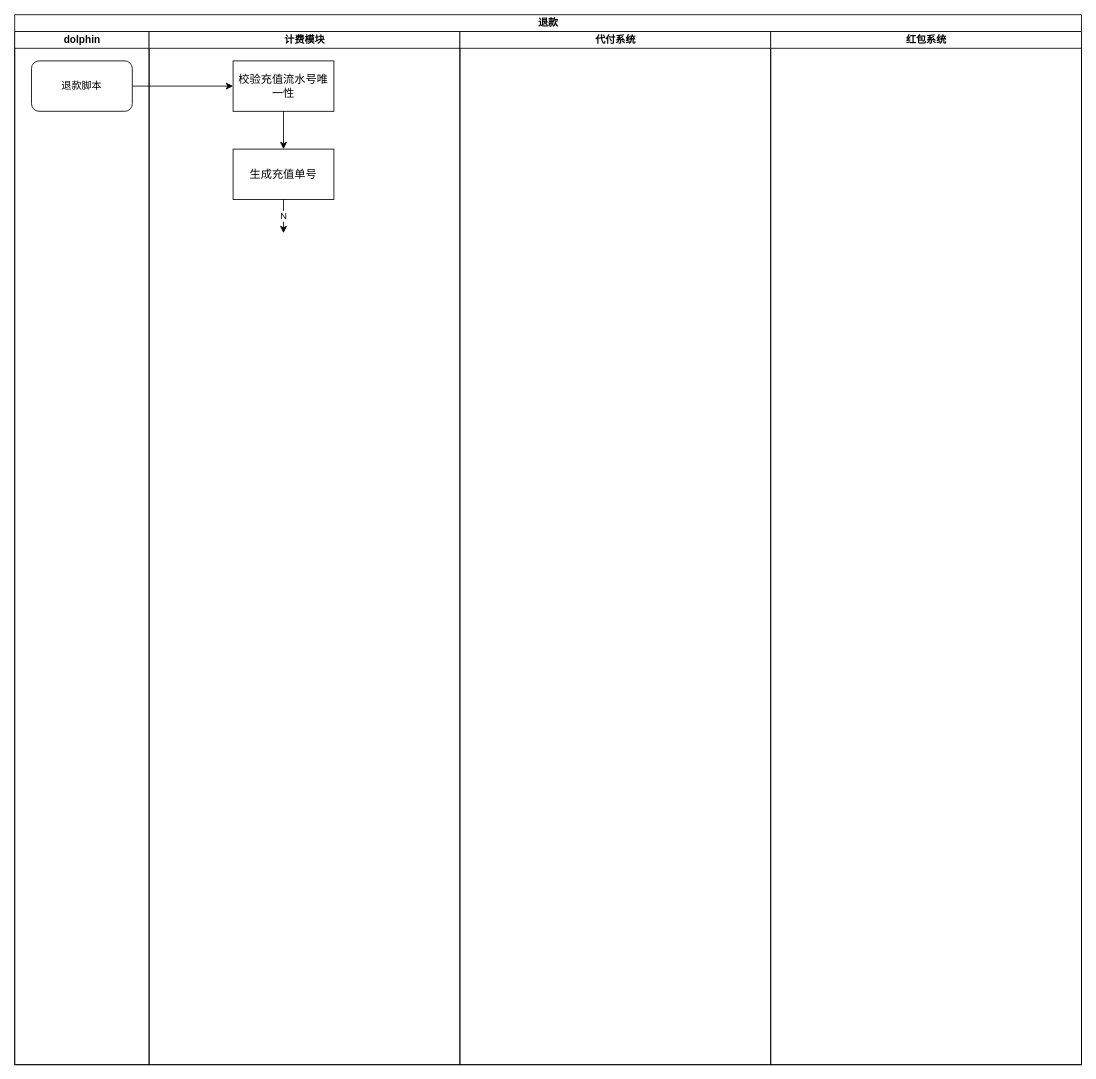
Before: page "退款脚本" (7 of 8) of 商业化广告.drawio in pekah/Draw, a draw.io diagram. Source tidied: cells renumbered, new cells numbered last; positions are measured from the earlier drawing's top-left corner, leaving out a move shared by most shapes. Both pictures are drawn from the tidied source at 84%, with x=0, y=0 at pixel (14, 14).
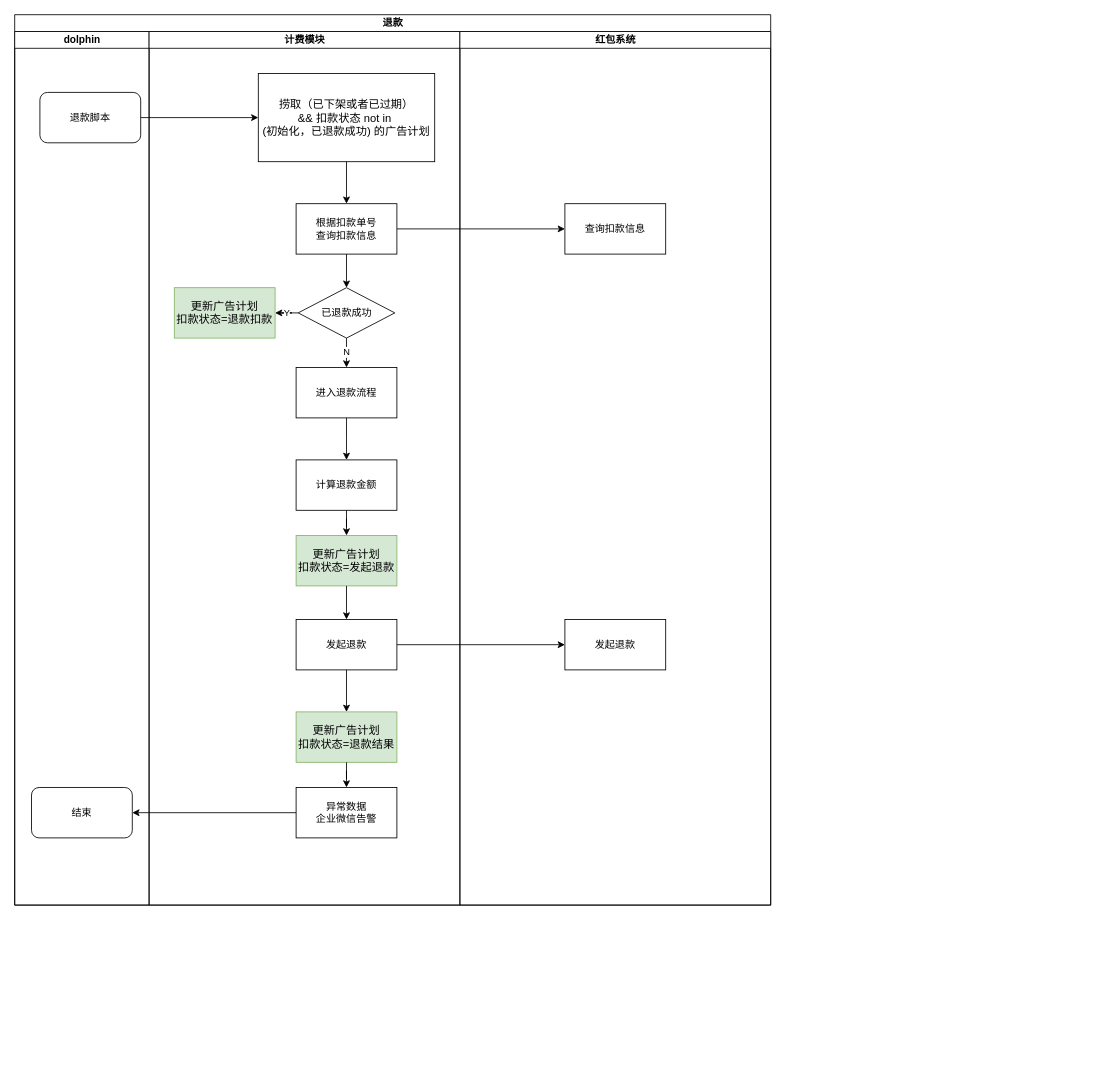
The same page after the edit.

Commit message (it also covers changes not shown here):
更新商业化广告.drawio

Change to the diagram source:
```diff
@@
     <mxCell id="2" value="退款" style="swimlane;html=1;startSize=20;" parent="1" vertex="1">
-      <mxGeometry width="1270" height="1250" as="geometry" />
+      <mxGeometry width="900" height="1060" as="geometry" />
     </mxCell>
-    <mxCell id="3" style="edgeStyle=orthogonalEdgeStyle;rounded=0;jettySize=auto;html=1;exitX=1;exitY=0.5;exitDx=0;exitDy=0;entryX=0;entryY=0.5;entryDx=0;entryDy=0;" parent="2" edge="1" source="5" target="7">
-      <mxGeometry relative="1" as="geometry" />
-    </mxCell>
     <mxCell id="4" value="dolphin" style="swimlane;html=1;startSize=20;" parent="2" vertex="1">
-      <mxGeometry y="20" width="160" height="1230" as="geometry" />
+      <mxGeometry y="20" width="160" height="1040" as="geometry" />
     </mxCell>
     <mxCell id="5" value="退款脚本" style="rounded=1;whiteSpace=wrap;html=1;" parent="4" vertex="1">
-      <mxGeometry x="20" y="35" width="120" height="60" as="geometry" />
+      <mxGeometry x="30" y="72.5" width="120" height="60" as="geometry" />
     </mxCell>
+    <mxCell id="13" value="结束" style="rounded=1;whiteSpace=wrap;html=1;" parent="4" vertex="1">
+      <mxGeometry x="20" y="900" width="120" height="60" as="geometry" />
+    </mxCell>
+    <mxCell id="3" style="edgeStyle=orthogonalEdgeStyle;rounded=0;jettySize=auto;html=1;exitX=1;exitY=0.5;exitDx=0;exitDy=0;entryX=0;entryY=0.5;entryDx=0;entryDy=0;" parent="2" edge="1" source="5" target="7">
+      <mxGeometry relative="1" as="geometry" />
+    </mxCell>
+    <mxCell id="14" style="edgeStyle=orthogonalEdgeStyle;rounded=0;jettySize=auto;html=1;" parent="2" edge="1" source="15" target="31">
+      <mxGeometry relative="1" as="geometry" />
+    </mxCell>
     <mxCell id="6" value="计费模块" style="swimlane;html=1;startSize=20;" parent="2" vertex="1">
-      <mxGeometry x="160" y="20" width="370" height="1230" as="geometry" />
+      <mxGeometry x="160" y="20" width="370" height="1040" as="geometry" />
     </mxCell>
-    <mxCell id="7" value="&lt;span style=&quot;font-size: 13.3333px&quot;&gt;校验充值流水号唯一性&lt;/span&gt;" style="rounded=0;whiteSpace=wrap;html=1;" parent="6" vertex="1">
-      <mxGeometry x="100" y="35" width="120" height="60" as="geometry" />
+    <mxCell id="7" value="&lt;span style=&quot;font-size: 13.3333px&quot;&gt;捞取（已下架或者已过期）&lt;br&gt;&amp;amp;&amp;amp; 扣款状态 not in&amp;nbsp;&lt;br&gt;(初始化，已退款成功) 的广告计划&lt;br&gt;&lt;/span&gt;" style="rounded=0;whiteSpace=wrap;html=1;" parent="6" vertex="1">
+      <mxGeometry x="130" y="50" width="210" height="105" as="geometry" />
     </mxCell>
-    <mxCell id="8" value="&lt;span style=&quot;font-size: 13.3333px&quot;&gt;生成充值单号&lt;/span&gt;" style="rounded=0;whiteSpace=wrap;html=1;" parent="6" vertex="1">
-      <mxGeometry x="100" y="140" width="120" height="60" as="geometry" />
-    </mxCell>
-    <mxCell id="9" style="edgeStyle=orthogonalEdgeStyle;rounded=0;jettySize=auto;html=1;exitX=0.5;exitY=1;exitDx=0;exitDy=0;" parent="6" edge="1" source="7" target="8">
-      <mxGeometry relative="1" as="geometry" />
-    </mxCell>
+    <mxCell id="15" value="根据扣款单号&lt;br&gt;查询扣款信息" style="rounded=0;whiteSpace=wrap;html=1;" parent="6" vertex="1">
+      <mxGeometry x="175" y="205" width="120" height="60" as="geometry" />
+    </mxCell>
+    <mxCell id="16" style="edgeStyle=orthogonalEdgeStyle;rounded=0;jettySize=auto;html=1;exitX=0.5;exitY=1;exitDx=0;exitDy=0;" parent="6" edge="1" source="7" target="15">
+      <mxGeometry relative="1" as="geometry" />
+    </mxCell>
+    <mxCell id="17" value="已退款成功" style="rhombus;whiteSpace=wrap;html=1;" parent="6" vertex="1">
+      <mxGeometry x="177.5" y="305" width="115" height="60" as="geometry" />
+    </mxCell>
+    <mxCell id="18" style="edgeStyle=orthogonalEdgeStyle;rounded=0;jettySize=auto;html=1;" parent="6" edge="1" source="15" target="17">
+      <mxGeometry relative="1" as="geometry" />
+    </mxCell>
+    <mxCell id="19" value="&lt;span style=&quot;font-size: 13.3333px&quot;&gt;更新广告计划&lt;/span&gt;&lt;br style=&quot;font-size: 13.3333px&quot;&gt;&lt;span style=&quot;font-size: 13.3333px&quot;&gt;扣款状态=退款扣款&lt;/span&gt;" style="rounded=0;whiteSpace=wrap;html=1;fillColor=#d5e8d4;strokeColor=#82b366;" parent="6" vertex="1">
+      <mxGeometry x="30" y="305" width="120" height="60" as="geometry" />
+    </mxCell>
+    <mxCell id="20" value="Y" style="edgeStyle=orthogonalEdgeStyle;rounded=0;jettySize=auto;html=1;exitX=0;exitY=0.5;exitDx=0;exitDy=0;" parent="6" edge="1" source="17" target="19">
+      <mxGeometry relative="1" as="geometry" />
+    </mxCell>
+    <mxCell id="21" value="进入退款流程" style="rounded=0;whiteSpace=wrap;html=1;" parent="6" vertex="1">
+      <mxGeometry x="175" y="400" width="120" height="60" as="geometry" />
+    </mxCell>
-    <mxCell id="10" value="N" style="edgeStyle=orthogonalEdgeStyle;rounded=0;jettySize=auto;html=1;exitX=0.5;exitY=1;exitDx=0;exitDy=0;" parent="6" edge="1" source="8">
-      <mxGeometry relative="1" as="geometry">
-        <mxPoint x="160" y="240" as="targetPoint" />
-      </mxGeometry>
+    <mxCell id="10" value="N" style="edgeStyle=orthogonalEdgeStyle;rounded=0;jettySize=auto;html=1;" parent="6" edge="1" source="17" target="21">
+      <mxGeometry relative="1" as="geometry" />
     </mxCell>
-    <mxCell id="11" value="代付系统" style="swimlane;html=1;startSize=20;" parent="2" vertex="1">
-      <mxGeometry x="530" y="20" width="370" height="1230" as="geometry" />
-    </mxCell>
+    <mxCell id="22" value="计算退款金额" style="rounded=0;whiteSpace=wrap;html=1;" parent="6" vertex="1">
+      <mxGeometry x="175" y="510" width="120" height="60" as="geometry" />
+    </mxCell>
+    <mxCell id="23" value="&lt;span style=&quot;font-size: 13.3333px&quot;&gt;更新广告计划&lt;/span&gt;&lt;br style=&quot;font-size: 13.3333px&quot;&gt;&lt;span style=&quot;font-size: 13.3333px&quot;&gt;扣款状态=发起退款&lt;/span&gt;" style="rounded=0;whiteSpace=wrap;html=1;fillColor=#d5e8d4;strokeColor=#82b366;" parent="6" vertex="1">
+      <mxGeometry x="175" y="600" width="120" height="60" as="geometry" />
+    </mxCell>
+    <mxCell id="24" style="edgeStyle=orthogonalEdgeStyle;rounded=0;jettySize=auto;html=1;exitX=0.5;exitY=1;exitDx=0;exitDy=0;" parent="6" edge="1" source="22" target="23">
+      <mxGeometry relative="1" as="geometry" />
+    </mxCell>
+    <mxCell id="25" value="发起退款" style="rounded=0;whiteSpace=wrap;html=1;" parent="6" vertex="1">
+      <mxGeometry x="175" y="700" width="120" height="60" as="geometry" />
+    </mxCell>
+    <mxCell id="26" style="edgeStyle=orthogonalEdgeStyle;rounded=0;jettySize=auto;html=1;exitX=0.5;exitY=1;exitDx=0;exitDy=0;" parent="6" edge="1" source="23" target="25">
+      <mxGeometry relative="1" as="geometry" />
+    </mxCell>
+    <mxCell id="27" value="&lt;span style=&quot;font-size: 13.3333px&quot;&gt;更新广告计划&lt;/span&gt;&lt;br style=&quot;font-size: 13.3333px&quot;&gt;&lt;span style=&quot;font-size: 13.3333px&quot;&gt;扣款状态=退款结果&lt;/span&gt;" style="rounded=0;whiteSpace=wrap;html=1;fillColor=#d5e8d4;strokeColor=#82b366;" parent="6" vertex="1">
+      <mxGeometry x="175" y="810" width="120" height="60" as="geometry" />
+    </mxCell>
+    <mxCell id="28" style="edgeStyle=orthogonalEdgeStyle;rounded=0;jettySize=auto;html=1;entryX=0.5;entryY=0;entryDx=0;entryDy=0;" parent="6" edge="1" source="25" target="27">
+      <mxGeometry relative="1" as="geometry" />
+    </mxCell>
+    <mxCell id="29" value="异常数据&lt;br&gt;企业微信告警" style="rounded=0;whiteSpace=wrap;html=1;" parent="6" vertex="1">
+      <mxGeometry x="175" y="900" width="120" height="60" as="geometry" />
+    </mxCell>
+    <mxCell id="30" style="edgeStyle=orthogonalEdgeStyle;rounded=0;jettySize=auto;html=1;" parent="6" edge="1" source="27" target="29">
+      <mxGeometry relative="1" as="geometry" />
+    </mxCell>
     <mxCell id="12" value="红包系统" style="swimlane;html=1;startSize=20;" parent="2" vertex="1">
-      <mxGeometry x="900" y="20" width="370" height="1230" as="geometry" />
+      <mxGeometry x="530" y="20" width="370" height="1040" as="geometry" />
     </mxCell>
+    <mxCell id="31" value="查询扣款信息" style="rounded=0;whiteSpace=wrap;html=1;" parent="12" vertex="1">
+      <mxGeometry x="125" y="205" width="120" height="60" as="geometry" />
+    </mxCell>
+    <mxCell id="32" value="发起退款" style="rounded=0;whiteSpace=wrap;html=1;" parent="12" vertex="1">
+      <mxGeometry x="125" y="700" width="120" height="60" as="geometry" />
+    </mxCell>
+    <mxCell id="33" style="edgeStyle=orthogonalEdgeStyle;rounded=0;jettySize=auto;html=1;" parent="2" edge="1" source="25" target="32">
+      <mxGeometry relative="1" as="geometry" />
+    </mxCell>
+    <mxCell id="34" style="edgeStyle=orthogonalEdgeStyle;rounded=0;jettySize=auto;html=1;" parent="2" edge="1" source="29" target="13">
+      <mxGeometry relative="1" as="geometry" />
+    </mxCell>
+    <mxCell id="35" style="edgeStyle=orthogonalEdgeStyle;rounded=0;jettySize=auto;html=1;" parent="1" edge="1" source="21">
+      <mxGeometry relative="1" as="geometry">
+        <mxPoint x="395" y="530" as="targetPoint" />
+      </mxGeometry>
+    </mxCell>
```
